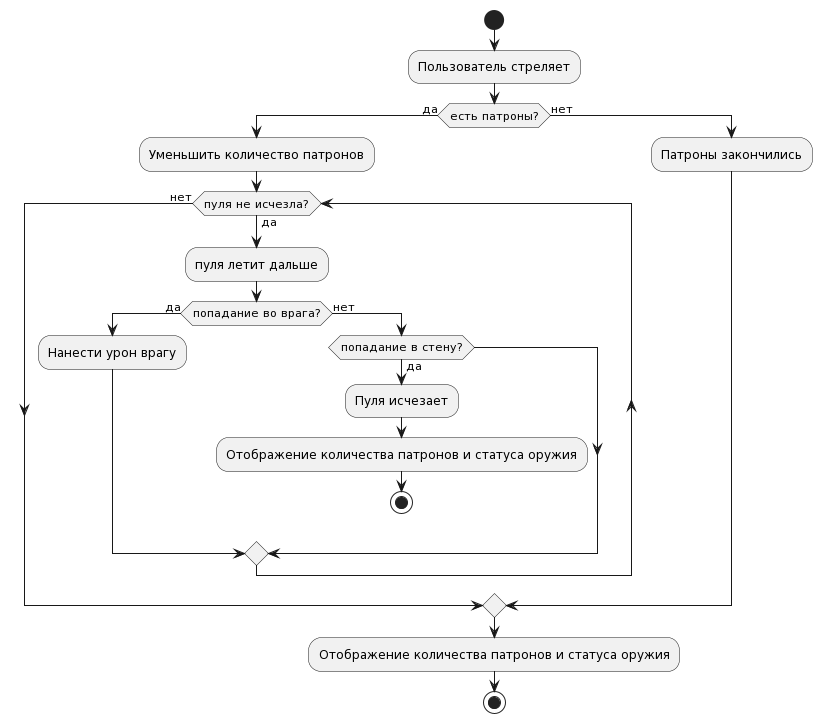
This is docs/fire.png from GeorgiiZaharov/Project, a PlantUML export, as it was before one commit.
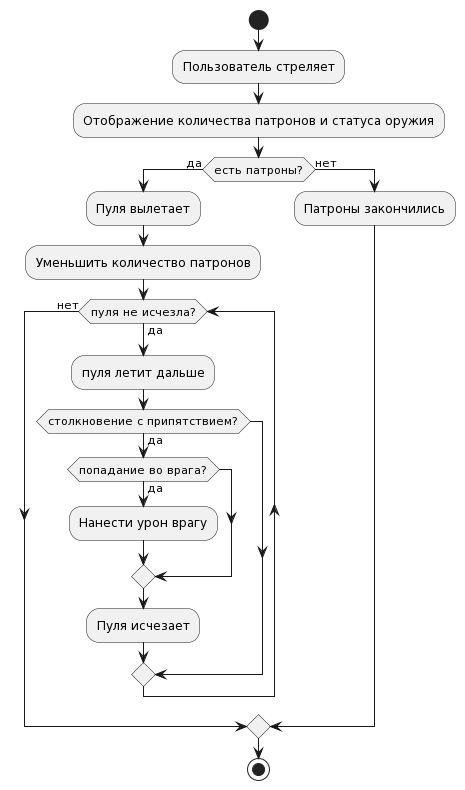
Later version of the same file.

Change to the diagram source:
```diff
@@ -1,23 +1,21 @@
 @startuml
 start
 :Пользователь стреляет;
+:Отображение количества патронов и статуса оружия;
 if (есть патроны?) then (да)
+  :Пуля вылетает;
   :Уменьшить количество патронов;
   while (пуля не исчезла?) is (да)
   :пуля летит дальше;
-  if (попадание во врага?) then (да)
-    :Нанести урон врагу;
-  else (нет)
-    if (попадание в стену?) then (да)
-      :Пуля исчезает;
-      :Отображение количества патронов и статуса оружия;
-      stop
+  if (столкновение с припятствием?) then (да)
+    if (попадание во врага?) then (да)
+      :Нанести урон врагу;
     endif
+    :Пуля исчезает;
   endif
   endwhile (нет)
 else (нет)
   :Патроны закончились;
 endif
-:Отображение количества патронов и статуса оружия;
 stop
 @enduml
```
